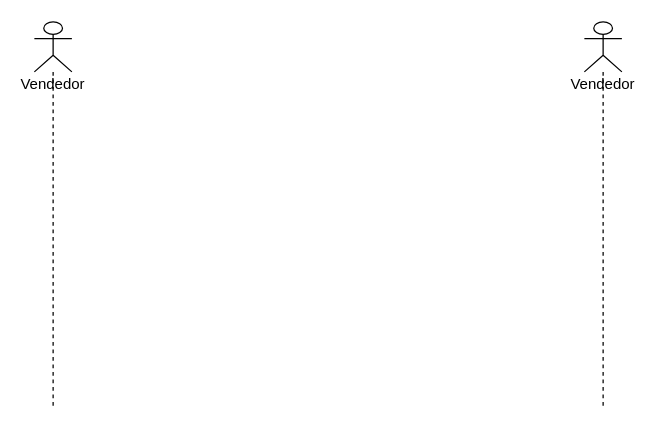
AyobAsroutVargas/lab1 keeps this draw.io diagram as la5_3.drawio. Above is the earlier version. Source tidied: cells renumbered, new cells numbered last; positions are measured from the earlier drawing's top-left corner, leaving out a move shared by most shapes. Both pictures are drawn from the tidied source at 125%, with x=0, y=0 at pixel (34, 21).
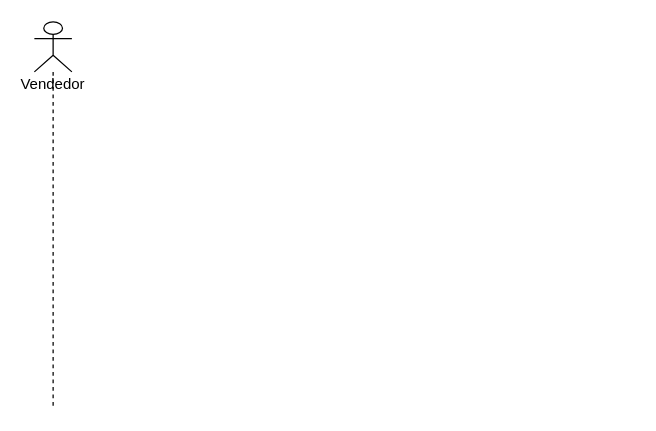
Above is the later version.

Change to the diagram source:
```diff
@@
 <mxGraphModel background="#ffffff">
   <root>
     <mxCell id="0" />
     <mxCell id="1" parent="0" />
     <mxCell id="2" value="Vendedor" style="shape=umlLifeline;participant=umlActor;perimeter=lifelinePerimeter;whiteSpace=wrap;html=1;verticalAlign=top;spacingTop=36;" parent="1" vertex="1">
       <mxGeometry width="30" height="310" as="geometry" />
     </mxCell>
-    <mxCell id="3" value="Vendedor" style="shape=umlLifeline;participant=umlActor;perimeter=lifelinePerimeter;whiteSpace=wrap;html=1;verticalAlign=top;spacingTop=36;" parent="1" vertex="1">
-      <mxGeometry x="440" width="30" height="310" as="geometry" />
-    </mxCell>
   </root>
 </mxGraphModel>
```
